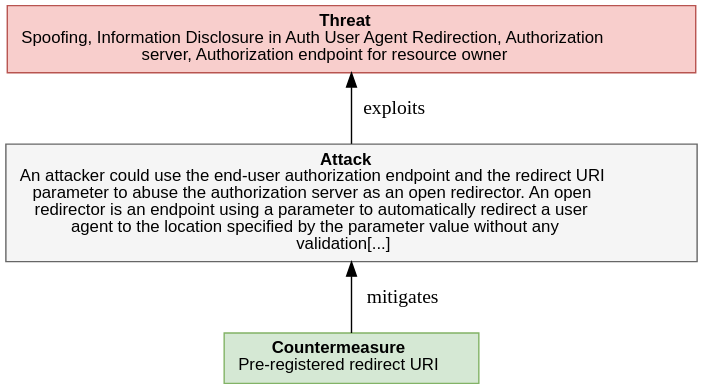
This is report-examples/OAuth2/img/threatTree/OPEN_REDIRECTOR.svg from DavidCervigni/threat-models, a PlantUML export, as it was before one commit. Its source is kept beside it as report-examples/OAuth2/img/threatTree/OPEN_REDIRECTOR.puml. Source of this version:
```plantuml
@startuml
digraph G {
rankdir="BT";
  node [shape=plaintext, fontname="Arial" fontsize="12"];
    "OPEN_REDIRECTOR" [ fillcolor="#F8CECC", style=filled, shape=polygon, color="#B85450"
    label=
    <<table border="0" cellborder="0" cellspacing="0">
     <tr><td align="center"><b>Threat</b><br/>

Spoofing, Information Disclosure in Auth User Agent Redirection, Authorization<br/>server, Authorization endpoint for resource owner
</td></tr>
   </table>>
   ];

"OPEN_REDIRECTOR_attack" [ fillcolor="#f5f5f5", style=filled, shape=polygon, color="#666666", label =
    <<table border="0" cellborder="0" cellspacing="0">
     <tr><td align="center"><b>Attack</b><br/>

An attacker could use the end-user authorization endpoint and the redirect URI<br/>parameter to abuse the authorization server as an open redirector. An open<br/>redirector is an endpoint using a parameter to automatically redirect a user<br/>agent to the location specified by the parameter value without any<br/>validation[...]
</td></tr>
   </table>>
    ]

"OPEN_REDIRECTOR_attack" -> "OPEN_REDIRECTOR"  [label = " exploits"]

    "OPEN_REDIRECTOR_countermeasure0" [
       fillcolor="#D5E8D4", style=filled, shape=polygon, color="#82B366", label =
    <<table border="0" cellborder="0" cellspacing="0">
     <tr><td align="left"><b>Countermeasure</b><br/>

Pre-registered redirect URI
</td></tr>
   </table>>
   ]

     "OPEN_REDIRECTOR_countermeasure0" -> "OPEN_REDIRECTOR_attack" [label = " mitigates"]

}
@enduml
```
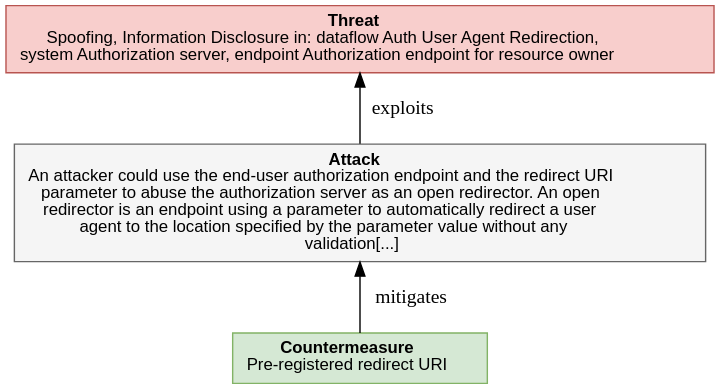
After the commit.

The edit, as a diff of the source:
```diff
@@ -7,7 +7,7 @@
     <<table border="0" cellborder="0" cellspacing="0">
      <tr><td align="center"><b>Threat</b><br/>
 
-Spoofing, Information Disclosure in Auth User Agent Redirection, Authorization<br/>server, Authorization endpoint for resource owner
+Spoofing, Information Disclosure in: dataflow Auth User Agent Redirection,<br/>system Authorization server, endpoint Authorization endpoint for resource owner
 </td></tr>
    </table>>
    ];
```
